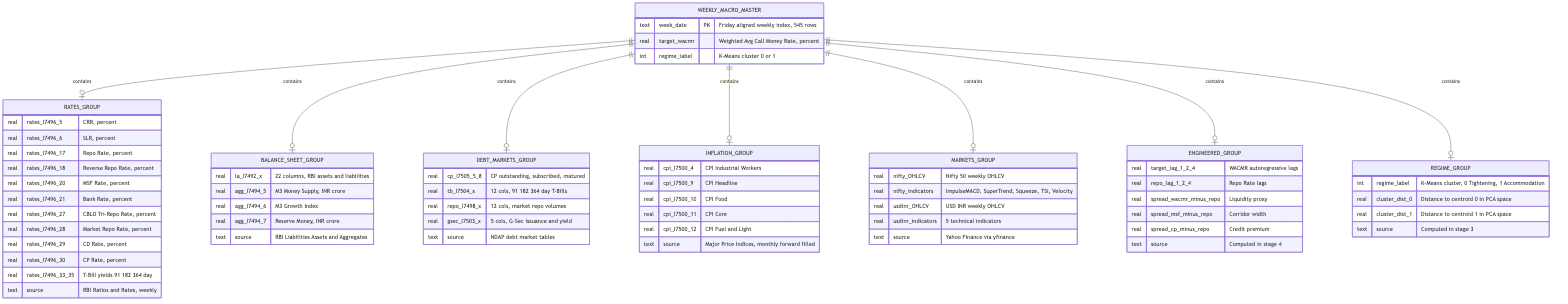
Above: final/diagram/db_schema.png in AJ112103/DSM_project (Mermaid), before the change. Its source is kept beside it as final/files_mmd/db_schema.mmd. Source of this version:
```mermaid
erDiagram
    WEEKLY_MACRO_MASTER ||--o| RATES_GROUP : contains
    WEEKLY_MACRO_MASTER ||--o| BALANCE_SHEET_GROUP : contains
    WEEKLY_MACRO_MASTER ||--o| DEBT_MARKETS_GROUP : contains
    WEEKLY_MACRO_MASTER ||--o| INFLATION_GROUP : contains
    WEEKLY_MACRO_MASTER ||--o| MARKETS_GROUP : contains
    WEEKLY_MACRO_MASTER ||--o| ENGINEERED_GROUP : contains
    WEEKLY_MACRO_MASTER ||--o| REGIME_GROUP : contains

    WEEKLY_MACRO_MASTER {
        text week_date PK "Friday aligned weekly index, 545 rows"
        real target_wacmr "Weighted Avg Call Money Rate, percent"
        int regime_label "K-Means cluster 0 or 1"
    }

    RATES_GROUP {
        real rates_I7496_5 "CRR, percent"
        real rates_I7496_6 "SLR, percent"
        real rates_I7496_17 "Repo Rate, percent"
        real rates_I7496_18 "Reverse Repo Rate, percent"
        real rates_I7496_20 "MSF Rate, percent"
        real rates_I7496_21 "Bank Rate, percent"
        real rates_I7496_27 "CBLO Tri-Repo Rate, percent"
        real rates_I7496_28 "Market Repo Rate, percent"
        real rates_I7496_29 "CD Rate, percent"
        real rates_I7496_30 "CP Rate, percent"
        real rates_I7496_33_35 "T-Bill yields 91 182 364 day"
        text source "RBI Ratios and Rates, weekly"
    }

    BALANCE_SHEET_GROUP {
        real la_I7492_x "22 columns, RBI assets and liabilities"
        real agg_I7494_5 "M3 Money Supply, INR crore"
        real agg_I7494_6 "M3 Growth Index"
        real agg_I7494_7 "Reserve Money, INR crore"
        text source "RBI Liabilities Assets and Aggregates"
    }

    DEBT_MARKETS_GROUP {
        real cp_I7505_5_8 "CP outstanding, subscribed, matured"
        real tb_I7504_x "12 cols, 91 182 364 day T-Bills"
        real repo_I7498_x "12 cols, market repo volumes"
        real gsec_I7503_x "5 cols, G-Sec issuance and yield"
        text source "NDAP debt market tables"
    }

    INFLATION_GROUP {
        real cpi_I7500_4 "CPI Industrial Workers"
        real cpi_I7500_9 "CPI Headline"
        real cpi_I7500_10 "CPI Food"
        real cpi_I7500_11 "CPI Core"
        real cpi_I7500_12 "CPI Fuel and Light"
        text source "Major Price Indices, monthly forward filled"
    }

    MARKETS_GROUP {
        real nifty_OHLCV "Nifty 50 weekly OHLCV"
        real nifty_indicators "ImpulseMACD, SuperTrend, Squeeze, TSI, Velocity"
        real usdinr_OHLCV "USD INR weekly OHLCV"
        real usdinr_indicators "5 technical indicators"
        text source "Yahoo Finance via yfinance"
    }

    ENGINEERED_GROUP {
        real target_lag_1_2_4 "WACMR autoregressive lags"
        real repo_lag_1_2_4 "Repo Rate lags"
        real spread_wacmr_minus_repo "Liquidity proxy"
        real spread_msf_minus_repo "Corridor width"
        real spread_cp_minus_repo "Credit premium"
        text source "Computed in stage 4"
    }

    REGIME_GROUP {
        int regime_label "K-Means cluster, 0 Tightening, 1 Accommodation"
        real cluster_dist_0 "Distance to centroid 0 in PCA space"
        real cluster_dist_1 "Distance to centroid 1 in PCA space"
        text source "Computed in stage 3"
    }
```
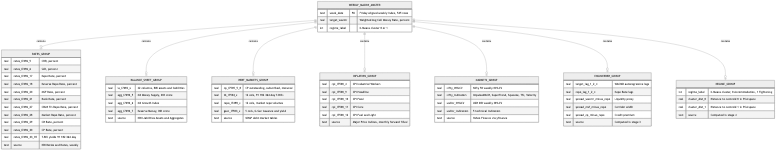
Later version of the same file.

Diff of the diagram source:
```diff
@@ -67,12 +67,12 @@
         real spread_wacmr_minus_repo "Liquidity proxy"
         real spread_msf_minus_repo "Corridor width"
         real spread_cp_minus_repo "Credit premium"
-        text source "Computed in stage 4"
+        text source "Computed in stage 3"
     }
 
     REGIME_GROUP {
-        int regime_label "K-Means cluster, 0 Tightening, 1 Accommodation"
+        int regime_label "K-Means cluster, 0 Accommodation, 1 Tightening"
         real cluster_dist_0 "Distance to centroid 0 in PCA space"
         real cluster_dist_1 "Distance to centroid 1 in PCA space"
-        text source "Computed in stage 3"
+        text source "Computed in stage 4"
     }
```
